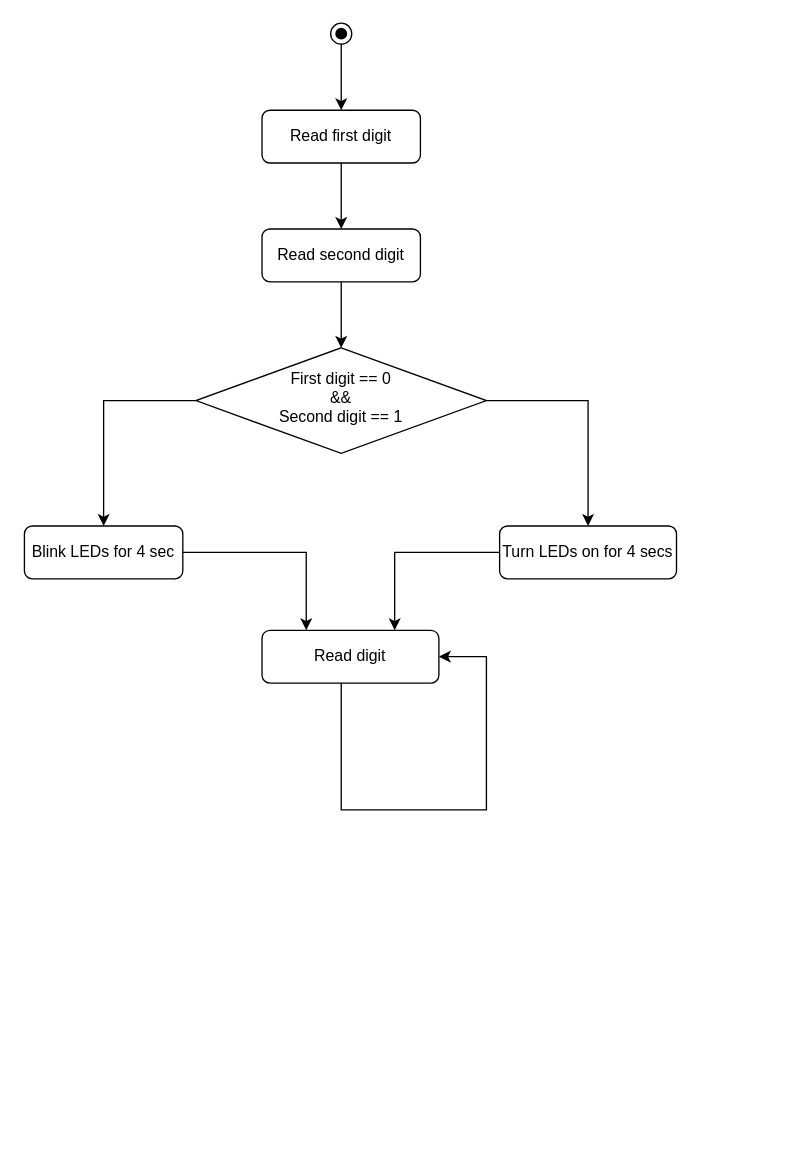
This is assignments/series3/Flowchart.drawio from haritonch/microprocessors-lab-ntua, a draw.io file, before an edit. Source tidied: cells renumbered, new cells numbered last; positions are measured from the earlier drawing's top-left corner, leaving out a move shared by most shapes. Both pictures are drawn from the tidied source at 132%, with x=0, y=0 at pixel (24, 22).
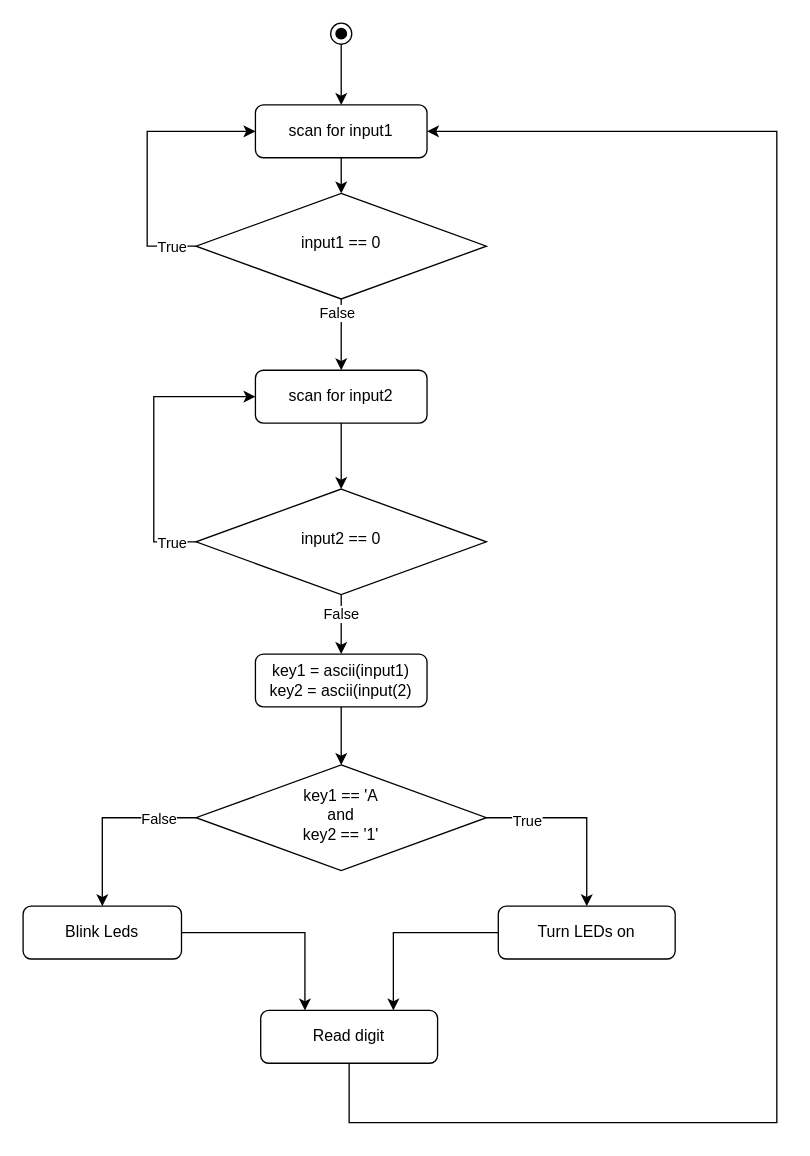
The same page after the edit.

The change refers to these unchanged cells:
```xml
<mxCell id="3" style="edgeStyle=orthogonalEdgeStyle;rounded=0;jettySize=auto;html=1;entryX=0.5;entryY=0;entryDx=0;entryDy=0;" parent="1" edge="1" source="5" target="7">
  <mxGeometry relative="1" as="geometry" />
</mxCell>
<mxCell id="4" style="edgeStyle=orthogonalEdgeStyle;rounded=0;jettySize=auto;html=1;" parent="1" edge="1" source="5" target="13">
  <mxGeometry relative="1" as="geometry" />
</mxCell>
```

Change to the diagram source:
```diff
@@
+    <mxCell id="19" value="False" style="edgeLabel;html=1;align=center;verticalAlign=middle;" parent="3" vertex="1">
+      <mxGeometry x="-0.59" relative="1" as="geometry">
+        <mxPoint x="-1" as="offset" />
+      </mxGeometry>
+    </mxCell>
@@
+    <mxCell id="20" value="True" style="edgeLabel;html=1;align=center;verticalAlign=middle;" parent="4" vertex="1">
+      <mxGeometry x="-0.57" y="-2" relative="1" as="geometry">
+        <mxPoint x="-1" as="offset" />
+      </mxGeometry>
+    </mxCell>
-    <mxCell id="5" value="First digit == 0&lt;br&gt;&amp;amp;&amp;amp;&lt;br&gt;Second digit == 1" style="rhombus;whiteSpace=wrap;html=1;shadow=0;fontFamily=Helvetica;fontSize=12;align=center;strokeWidth=1;spacing=6;spacingTop=-4;" parent="1" vertex="1">
-      <mxGeometry x="130" y="246" width="220" height="80" as="geometry" />
+    <mxCell id="5" value="key1 == 'A&lt;br&gt;and&lt;br&gt;key2 == '1'" style="rhombus;whiteSpace=wrap;html=1;shadow=0;fontFamily=Helvetica;fontSize=12;align=center;strokeWidth=1;spacing=6;spacingTop=-4;" parent="1" vertex="1">
+      <mxGeometry x="130" y="562" width="220" height="80" as="geometry" />
     </mxCell>
@@
-    <mxCell id="7" value="Blink LEDs for 4 sec" style="rounded=1;whiteSpace=wrap;html=1;fontSize=12;glass=0;strokeWidth=1;shadow=0;" parent="1" vertex="1">
-      <mxGeometry y="381" width="120" height="40" as="geometry" />
+    <mxCell id="7" value="Blink Leds" style="rounded=1;whiteSpace=wrap;html=1;fontSize=12;glass=0;strokeWidth=1;shadow=0;" parent="1" vertex="1">
+      <mxGeometry x="-1" y="669" width="120" height="40" as="geometry" />
     </mxCell>
-    <mxCell id="8" style="edgeStyle=orthogonalEdgeStyle;rounded=0;jettySize=auto;html=1;exitX=0.5;exitY=1;exitDx=0;exitDy=0;entryX=0.5;entryY=0;entryDx=0;entryDy=0;" parent="1" edge="1" source="9" target="11">
-      <mxGeometry relative="1" as="geometry" />
-    </mxCell>
+    <mxCell id="21" style="edgeStyle=orthogonalEdgeStyle;rounded=0;jettySize=auto;html=1;" parent="1" edge="1" source="9" target="27">
+      <mxGeometry relative="1" as="geometry" />
+    </mxCell>
-    <mxCell id="9" value="Read first digit" style="rounded=1;whiteSpace=wrap;html=1;" parent="1" vertex="1">
-      <mxGeometry x="180" y="66" width="120" height="40" as="geometry" />
+    <mxCell id="9" value="scan for input1" style="rounded=1;whiteSpace=wrap;html=1;" parent="1" vertex="1">
+      <mxGeometry x="175" y="62" width="130" height="40" as="geometry" />
     </mxCell>
-    <mxCell id="10" style="edgeStyle=orthogonalEdgeStyle;rounded=0;jettySize=auto;html=1;exitX=0.5;exitY=1;exitDx=0;exitDy=0;entryX=0.5;entryY=0;entryDx=0;entryDy=0;" parent="1" edge="1" source="11" target="5">
-      <mxGeometry relative="1" as="geometry" />
-    </mxCell>
-    <mxCell id="11" value="Read second digit" style="rounded=1;whiteSpace=wrap;html=1;" parent="1" vertex="1">
-      <mxGeometry x="180" y="156" width="120" height="40" as="geometry" />
-    </mxCell>
@@
-    <mxCell id="13" value="Turn LEDs on for 4 secs" style="rounded=1;whiteSpace=wrap;html=1;fontSize=12;glass=0;strokeWidth=1;shadow=0;" parent="1" vertex="1">
-      <mxGeometry x="360" y="381" width="134" height="40" as="geometry" />
+    <mxCell id="13" value="Turn LEDs on" style="rounded=1;whiteSpace=wrap;html=1;fontSize=12;glass=0;strokeWidth=1;shadow=0;" parent="1" vertex="1">
+      <mxGeometry x="359" y="669" width="134" height="40" as="geometry" />
     </mxCell>
-    <mxCell id="14" style="edgeStyle=orthogonalEdgeStyle;rounded=0;orthogonalLoop=1;jettySize=auto;html=1;entryX=1;entryY=0.5;entryDx=0;entryDy=0;" parent="1" edge="1" source="15" target="15">
-      <mxGeometry relative="1" as="geometry">
-        <Array as="points">
-          <mxPoint x="240" y="596" />
-          <mxPoint x="350" y="596" />
-          <mxPoint x="350" y="480" />
-          <mxPoint x="314" y="480" />
-        </Array>
-      </mxGeometry>
-    </mxCell>
+    <mxCell id="22" style="edgeStyle=orthogonalEdgeStyle;rounded=0;jettySize=auto;html=1;exitX=0.5;exitY=1;exitDx=0;exitDy=0;entryX=1;entryY=0.5;entryDx=0;entryDy=0;" parent="1" edge="1" source="15" target="9">
+      <mxGeometry relative="1" as="geometry">
+        <Array as="points">
+          <mxPoint x="246" y="833" />
+          <mxPoint x="570" y="833" />
+          <mxPoint x="570" y="82" />
+        </Array>
+      </mxGeometry>
+    </mxCell>
     <mxCell id="15" value="Read digit" style="rounded=1;whiteSpace=wrap;html=1;fontSize=12;glass=0;strokeWidth=1;shadow=0;" parent="1" vertex="1">
-      <mxGeometry x="180" y="460" width="134" height="40" as="geometry" />
+      <mxGeometry x="179" y="748" width="134" height="40" as="geometry" />
     </mxCell>
@@
+    <mxCell id="23" style="edgeStyle=orthogonalEdgeStyle;rounded=0;jettySize=auto;html=1;exitX=0;exitY=0.5;exitDx=0;exitDy=0;entryX=0;entryY=0.5;entryDx=0;entryDy=0;" parent="1" edge="1" source="27" target="9">
+      <mxGeometry relative="1" as="geometry">
+        <Array as="points">
+          <mxPoint x="93" y="169" />
+          <mxPoint x="93" y="82" />
+        </Array>
+      </mxGeometry>
+    </mxCell>
+    <mxCell id="24" value="True" style="edgeLabel;html=1;align=center;verticalAlign=middle;" parent="23" vertex="1">
+      <mxGeometry x="-0.82" relative="1" as="geometry" />
+    </mxCell>
+    <mxCell id="25" style="edgeStyle=orthogonalEdgeStyle;rounded=0;jettySize=auto;html=1;" parent="1" edge="1" source="27" target="29">
+      <mxGeometry relative="1" as="geometry" />
+    </mxCell>
+    <mxCell id="26" value="False" style="edgeLabel;html=1;align=center;verticalAlign=middle;" parent="25" vertex="1">
+      <mxGeometry x="-0.64" y="-4" relative="1" as="geometry" />
+    </mxCell>
+    <mxCell id="27" value="input1 == 0" style="rhombus;whiteSpace=wrap;html=1;shadow=0;fontFamily=Helvetica;fontSize=12;align=center;strokeWidth=1;spacing=6;spacingTop=-4;" parent="1" vertex="1">
+      <mxGeometry x="130" y="129" width="220" height="80" as="geometry" />
+    </mxCell>
+    <mxCell id="28" style="edgeStyle=orthogonalEdgeStyle;rounded=0;jettySize=auto;html=1;" parent="1" edge="1" source="29" target="34">
+      <mxGeometry relative="1" as="geometry" />
+    </mxCell>
+    <mxCell id="29" value="scan for input2" style="rounded=1;whiteSpace=wrap;html=1;" parent="1" vertex="1">
+      <mxGeometry x="175" y="263" width="130" height="40" as="geometry" />
+    </mxCell>
+    <mxCell id="30" style="edgeStyle=orthogonalEdgeStyle;rounded=0;jettySize=auto;html=1;exitX=0;exitY=0.5;exitDx=0;exitDy=0;entryX=0;entryY=0.5;entryDx=0;entryDy=0;" parent="1" edge="1" source="34" target="29">
+      <mxGeometry relative="1" as="geometry">
+        <Array as="points">
+          <mxPoint x="98" y="393" />
+          <mxPoint x="98" y="283" />
+        </Array>
+      </mxGeometry>
+    </mxCell>
+    <mxCell id="31" value="True" style="edgeLabel;html=1;align=center;verticalAlign=middle;" parent="30" vertex="1">
+      <mxGeometry x="-0.83" relative="1" as="geometry" />
+    </mxCell>
+    <mxCell id="32" style="edgeStyle=orthogonalEdgeStyle;rounded=0;jettySize=auto;html=1;entryX=0.5;entryY=0;entryDx=0;entryDy=0;" parent="1" edge="1" source="34" target="36">
+      <mxGeometry relative="1" as="geometry" />
+    </mxCell>
+    <mxCell id="33" value="False" style="edgeLabel;html=1;align=center;verticalAlign=middle;" parent="32" vertex="1">
+      <mxGeometry x="-0.37" y="-1" relative="1" as="geometry" />
+    </mxCell>
+    <mxCell id="34" value="input2 == 0" style="rhombus;whiteSpace=wrap;html=1;shadow=0;fontFamily=Helvetica;fontSize=12;align=center;strokeWidth=1;spacing=6;spacingTop=-4;" parent="1" vertex="1">
+      <mxGeometry x="130" y="353" width="220" height="80" as="geometry" />
+    </mxCell>
+    <mxCell id="35" style="edgeStyle=orthogonalEdgeStyle;rounded=0;jettySize=auto;html=1;entryX=0.5;entryY=0;entryDx=0;entryDy=0;" parent="1" edge="1" source="36" target="5">
+      <mxGeometry relative="1" as="geometry" />
+    </mxCell>
+    <mxCell id="36" value="key1 = ascii(input1)&lt;br&gt;key2 = ascii(input(2)" style="rounded=1;whiteSpace=wrap;html=1;" parent="1" vertex="1">
+      <mxGeometry x="175" y="478" width="130" height="40" as="geometry" />
+    </mxCell>
```
